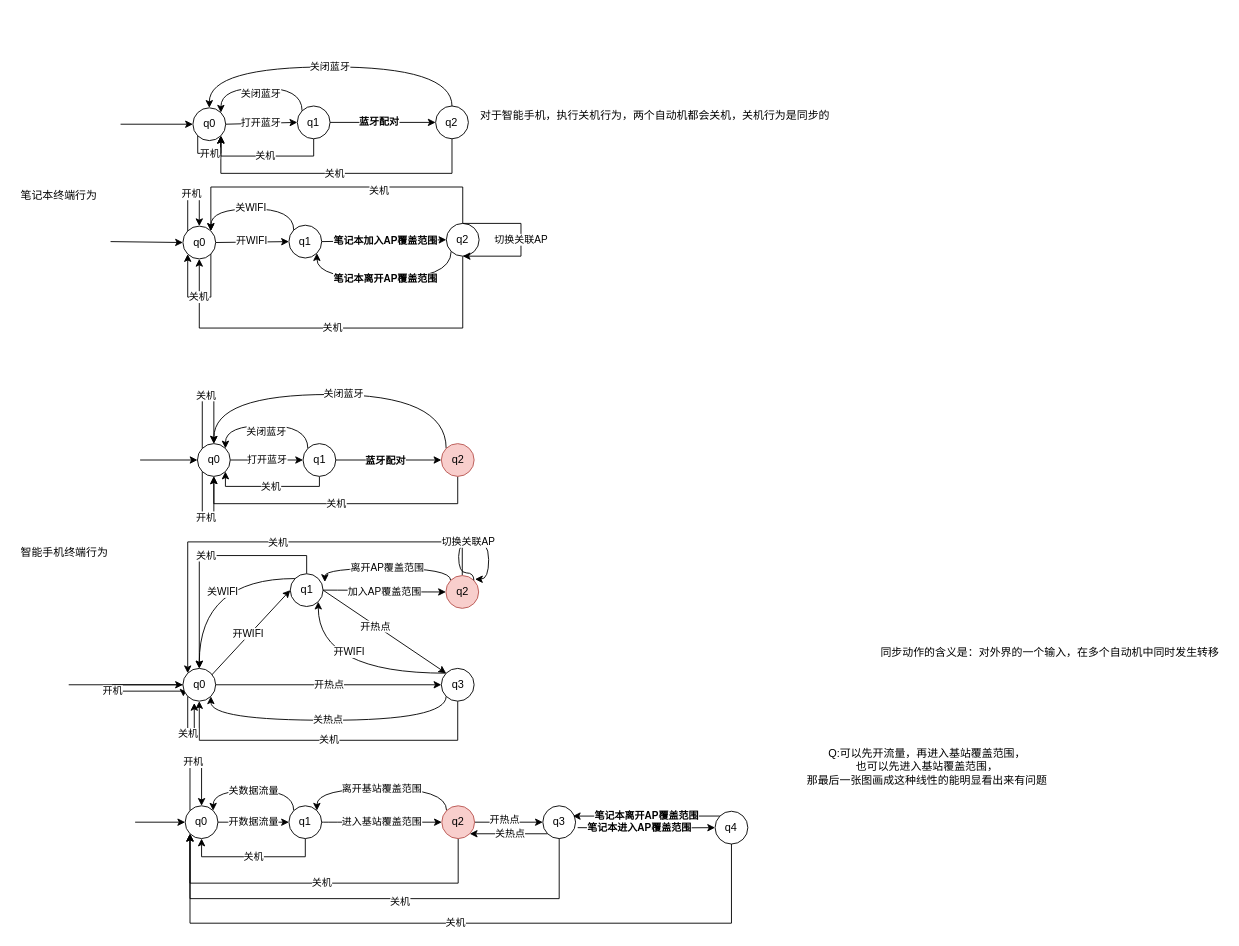
Before: page "方法四：有限状态机" (1 of 8) of 时间自动机.drawio in Icarus1994/neutron_conf, a draw.io diagram. Source tidied: cells renumbered, new cells numbered last; positions are measured from the earlier drawing's top-left corner, leaving out a move shared by most shapes. Both pictures are drawn from the tidied source at 91%, with x=0, y=0 at pixel (15, 66).
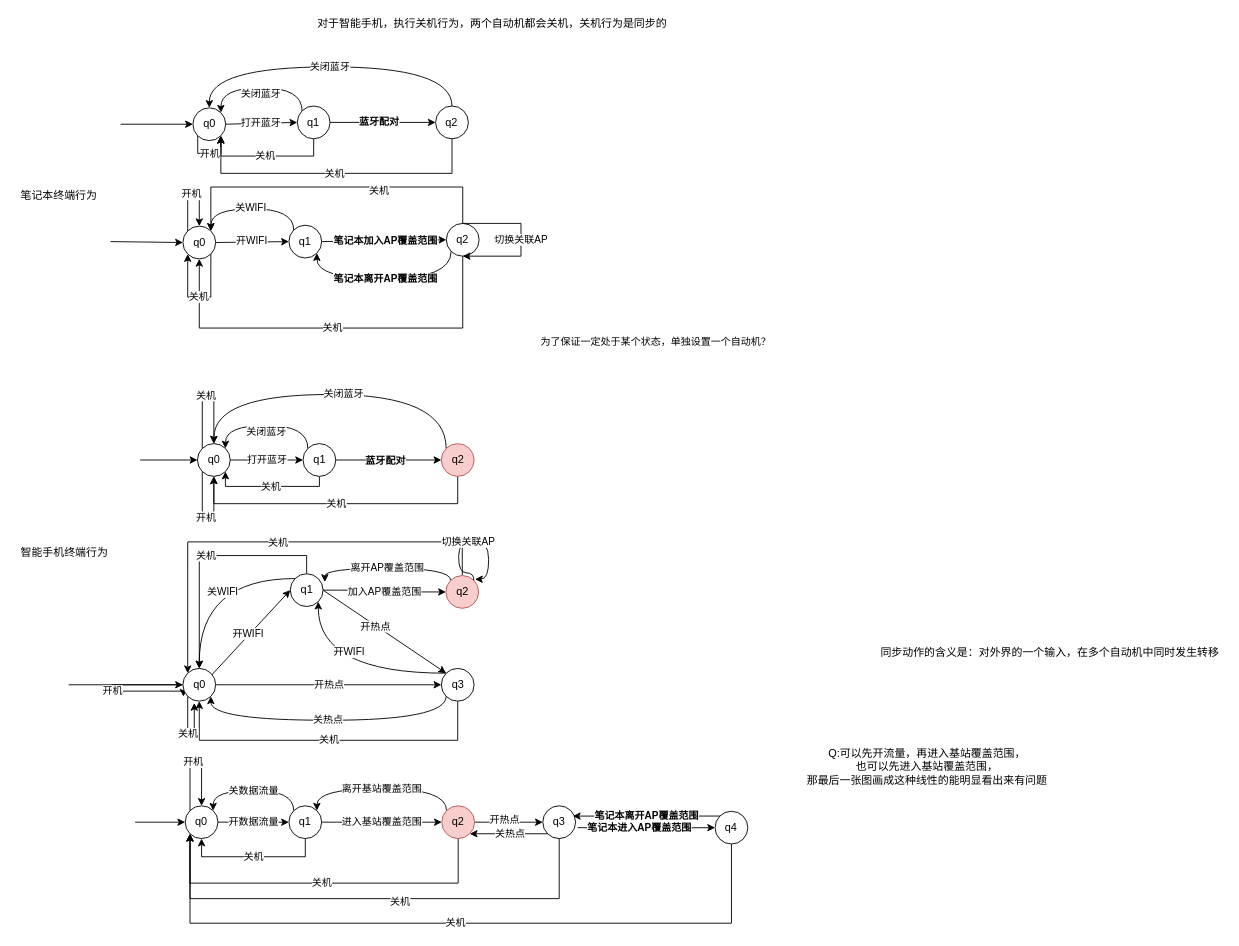
After the change.

Commit message:
Update 时间自动机.drawio

What changed in the source:
```diff
@@
     <mxCell id="84" value="对于智能手机，执行关机行为，两个自动机都会关机，关机行为是同步的" style="text;html=1;align=center;verticalAlign=middle;" parent="1" vertex="1">
-      <mxGeometry x="505" y="45" width="394" height="18" as="geometry" />
+      <mxGeometry x="326" y="-56" width="394" height="18" as="geometry" />
     </mxCell>
@@
+    <mxCell id="99" value="为了保证一定处于某个状态，单独设置一个自动机？" style="text;html=1;align=center;verticalAlign=middle;fontSize=11;" parent="1" vertex="1">
+      <mxGeometry x="560" y="293" width="286" height="17" as="geometry" />
+    </mxCell>
```
